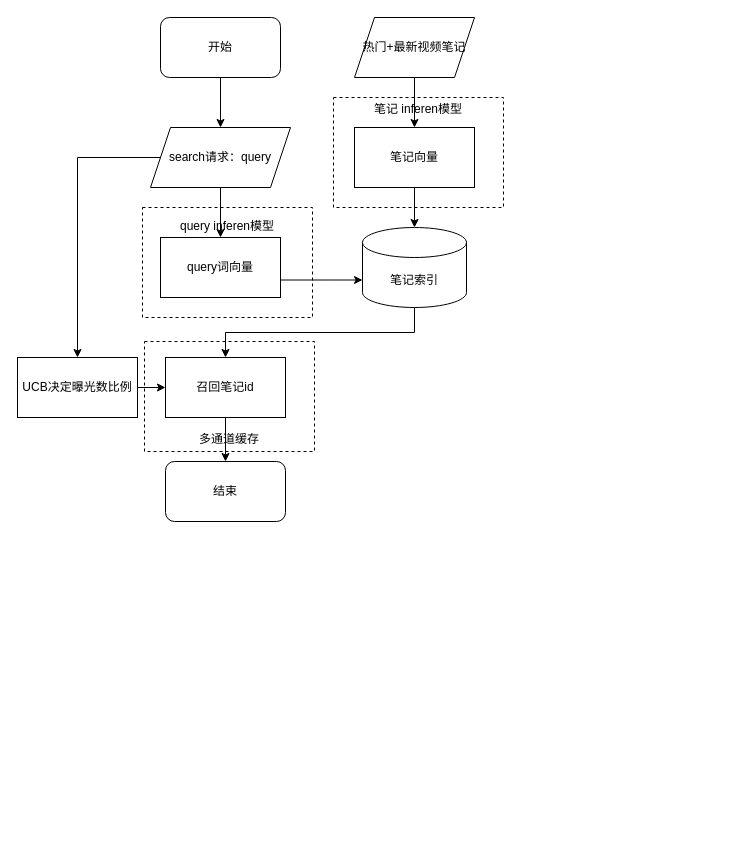
Above: multi_modal.drawio in luoshao23/digram (draw.io), before the change. Source tidied: cells renumbered, new cells numbered last; positions are measured from the earlier drawing's top-left corner, leaving out a move shared by most shapes. Both pictures are drawn from the tidied source at 100%, with x=0, y=0 at pixel (17, 17).
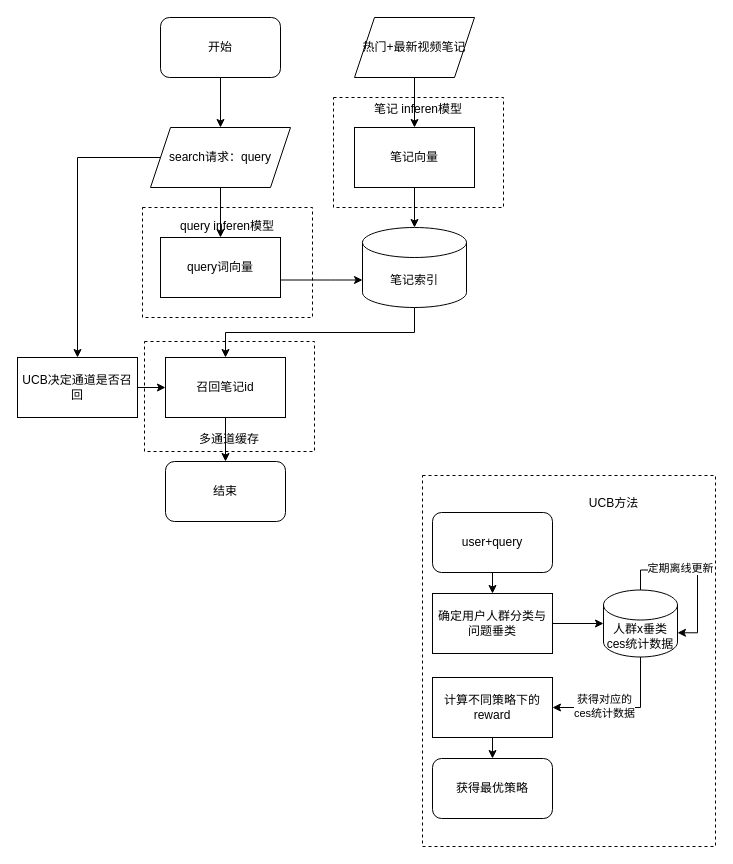
The same page after the edit.

Diff of the diagram source:
```diff
@@
+    <mxCell id="23" value="&amp;nbsp; &amp;nbsp; &amp;nbsp; &amp;nbsp; &amp;nbsp; &amp;nbsp; &amp;nbsp; &amp;nbsp; &amp;nbsp; &amp;nbsp; &amp;nbsp; &amp;nbsp; &amp;nbsp; &amp;nbsp;UCB方法&lt;br&gt;&lt;br&gt;&lt;br&gt;&lt;br&gt;&lt;br&gt;&lt;br&gt;&lt;br&gt;&lt;br&gt;&lt;br&gt;&lt;br&gt;&lt;br&gt;&lt;br&gt;&lt;br&gt;&lt;br&gt;&lt;br&gt;&lt;br&gt;&lt;br&gt;&lt;br&gt;&lt;br&gt;&lt;br&gt;&lt;br&gt;&lt;br&gt;&lt;br&gt;" style="rounded=0;whiteSpace=wrap;html=1;dashed=1;" parent="1" vertex="1">
+      <mxGeometry x="405" y="458" width="293" height="371" as="geometry" />
+    </mxCell>
@@
-    <mxCell id="21" value="UCB决定曝光数比例" style="rounded=0;whiteSpace=wrap;html=1;" parent="1" vertex="1">
+    <mxCell id="21" value="UCB决定通道是否召回" style="rounded=0;whiteSpace=wrap;html=1;" parent="1" vertex="1">
       <mxGeometry y="340" width="120" height="60" as="geometry" />
     </mxCell>
@@
+    <mxCell id="24" style="edgeStyle=orthogonalEdgeStyle;rounded=0;jettySize=auto;html=1;exitX=0.5;exitY=1;exitDx=0;exitDy=0;entryX=0.5;entryY=0;entryDx=0;entryDy=0;" parent="1" edge="1" source="25" target="27">
+      <mxGeometry relative="1" as="geometry" />
+    </mxCell>
+    <mxCell id="25" value="user+query" style="rounded=1;whiteSpace=wrap;html=1;" parent="1" vertex="1">
+      <mxGeometry x="415" y="495" width="120" height="60" as="geometry" />
+    </mxCell>
+    <mxCell id="26" style="edgeStyle=orthogonalEdgeStyle;rounded=0;jettySize=auto;html=1;exitX=1;exitY=0.5;exitDx=0;exitDy=0;entryX=0;entryY=0.5;entryDx=0;entryDy=0;entryPerimeter=0;" parent="1" edge="1" source="27" target="33">
+      <mxGeometry relative="1" as="geometry" />
+    </mxCell>
+    <mxCell id="27" value="确定用户人群分类与问题垂类" style="rounded=0;whiteSpace=wrap;html=1;" parent="1" vertex="1">
+      <mxGeometry x="415" y="576" width="120" height="60" as="geometry" />
+    </mxCell>
+    <mxCell id="28" style="edgeStyle=orthogonalEdgeStyle;rounded=0;jettySize=auto;html=1;exitX=0.5;exitY=1;exitDx=0;exitDy=0;entryX=0.5;entryY=0;entryDx=0;entryDy=0;" parent="1" edge="1" source="29" target="30">
+      <mxGeometry relative="1" as="geometry" />
+    </mxCell>
+    <mxCell id="29" value="计算不同策略下的reward" style="rounded=0;whiteSpace=wrap;html=1;" parent="1" vertex="1">
+      <mxGeometry x="415" y="660" width="120" height="60" as="geometry" />
+    </mxCell>
+    <mxCell id="30" value="获得最优策略" style="rounded=1;whiteSpace=wrap;html=1;" parent="1" vertex="1">
+      <mxGeometry x="415" y="741" width="120" height="60" as="geometry" />
+    </mxCell>
+    <mxCell id="31" style="edgeStyle=orthogonalEdgeStyle;rounded=0;jettySize=auto;html=1;exitX=0.5;exitY=1;exitDx=0;exitDy=0;exitPerimeter=0;entryX=1;entryY=0.5;entryDx=0;entryDy=0;" parent="1" edge="1" source="33" target="29">
+      <mxGeometry relative="1" as="geometry" />
+    </mxCell>
+    <mxCell id="32" value="获得对应的&lt;br&gt;ces统计数据" style="edgeLabel;html=1;align=center;verticalAlign=middle;" parent="31" vertex="1">
+      <mxGeometry x="0.26" y="-2" relative="1" as="geometry" />
+    </mxCell>
+    <mxCell id="33" value="人群x垂类ces统计数据" style="shape=cylinder3;whiteSpace=wrap;html=1;boundedLbl=1;backgroundOutline=1;size=15;" parent="1" vertex="1">
+      <mxGeometry x="586" y="572.5" width="74" height="67" as="geometry" />
+    </mxCell>
+    <mxCell id="34" style="edgeStyle=orthogonalEdgeStyle;rounded=0;orthogonalLoop=1;jettySize=auto;html=1;exitX=0.5;exitY=0;exitDx=0;exitDy=0;exitPerimeter=0;entryX=1;entryY=0;entryDx=0;entryDy=42.75;entryPerimeter=0;" parent="1" edge="1" source="33" target="33">
+      <mxGeometry relative="1" as="geometry" />
+    </mxCell>
+    <mxCell id="35" value="定期离线更新" style="edgeLabel;html=1;align=center;verticalAlign=middle;" parent="34" vertex="1">
+      <mxGeometry x="-0.26" y="2" relative="1" as="geometry" />
+    </mxCell>
```
